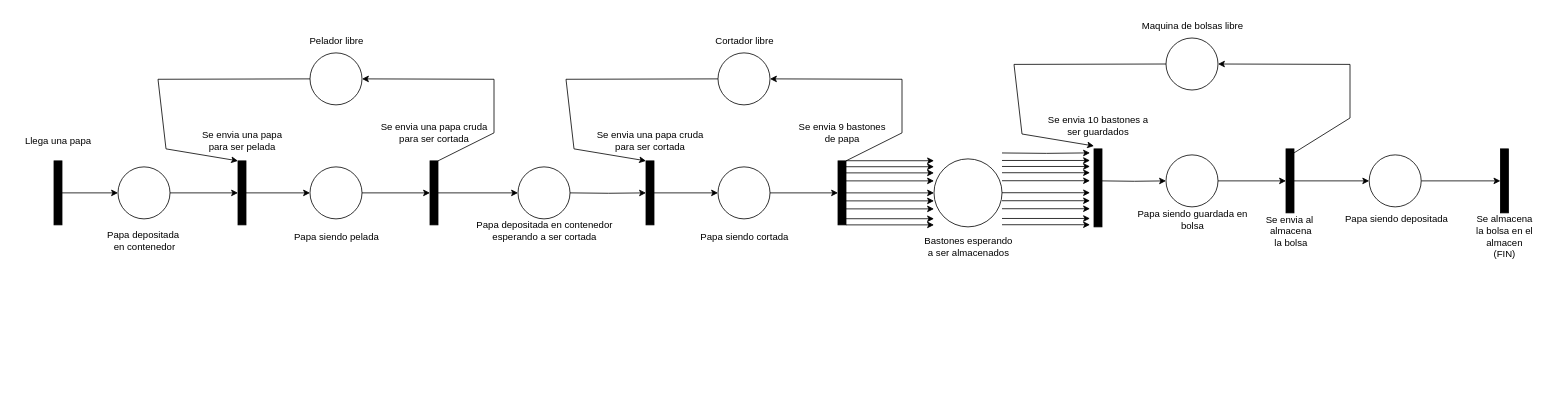
Above: RP / Ejercicio_1.drawio in imnotsetro/IDS-1 (draw.io), before the change. Source tidied: cells renumbered, new cells numbered last; positions are measured from the earlier drawing's top-left corner, leaving out a move shared by most shapes. Both pictures are drawn from the tidied source at 80%, with x=0, y=0 at pixel (14, 14).
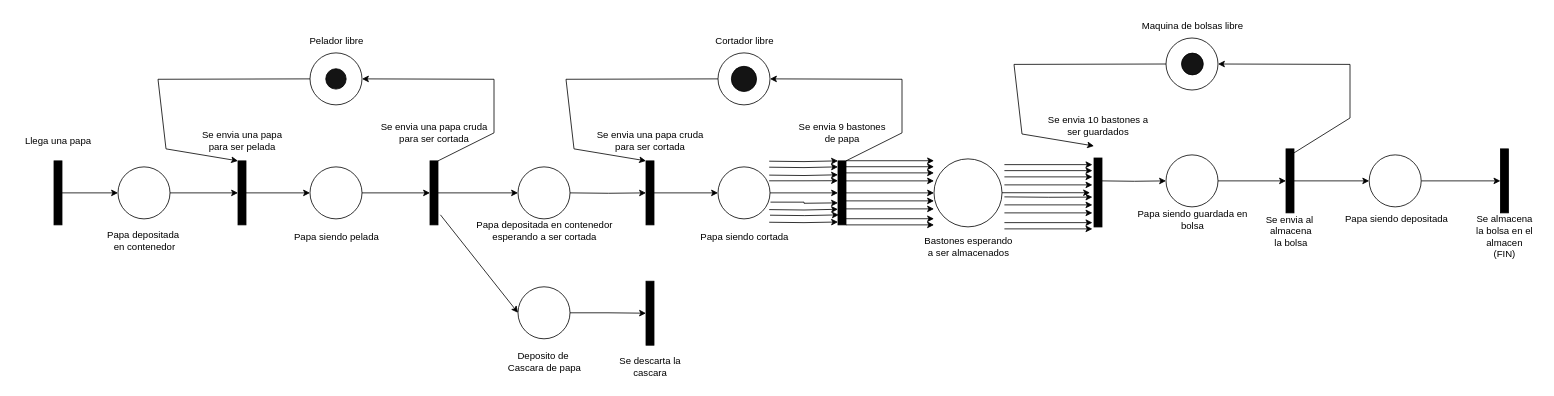
Above is the later version.

The change refers to these unchanged cells:
```xml
<mxCell id="24" style="ellipse;whiteSpace=wrap;html=1;" parent="1" vertex="1">
  <mxGeometry x="880" y="191.1" width="65" height="65" as="geometry" />
</mxCell>
```

What changed in the source:
```diff
@@
-    <mxCell id="40" style="edgeStyle=orthogonalEdgeStyle;rounded=0;orthogonalLoop=1;jettySize=auto;html=1;curved=0;" parent="1" edge="1">
-      <mxGeometry relative="1" as="geometry">
-        <mxPoint x="1040" y="263.6" as="sourcePoint" />
-        <mxPoint x="1150" y="263.6" as="targetPoint" />
-      </mxGeometry>
-    </mxCell>
@@
-    <mxCell id="46" style="edgeStyle=orthogonalEdgeStyle;rounded=0;orthogonalLoop=1;jettySize=auto;html=1;curved=0;" parent="1" edge="1">
-      <mxGeometry relative="1" as="geometry">
-        <mxPoint x="1235" y="233.4" as="sourcePoint" />
-        <mxPoint x="1345" y="233.4" as="targetPoint" />
-      </mxGeometry>
-    </mxCell>
-    <mxCell id="47" style="edgeStyle=orthogonalEdgeStyle;rounded=0;orthogonalLoop=1;jettySize=auto;html=1;curved=0;" parent="1" edge="1">
-      <mxGeometry relative="1" as="geometry">
-        <mxPoint x="1235" y="243.4" as="sourcePoint" />
-        <mxPoint x="1345" y="243.4" as="targetPoint" />
-      </mxGeometry>
-    </mxCell>
-    <mxCell id="48" style="edgeStyle=orthogonalEdgeStyle;rounded=0;orthogonalLoop=1;jettySize=auto;html=1;curved=0;" parent="1" edge="1">
-      <mxGeometry relative="1" as="geometry">
-        <mxPoint x="1235" y="255.6" as="sourcePoint" />
-        <mxPoint x="1345" y="255.6" as="targetPoint" />
-      </mxGeometry>
-    </mxCell>
-    <mxCell id="49" style="edgeStyle=orthogonalEdgeStyle;rounded=0;orthogonalLoop=1;jettySize=auto;html=1;curved=0;" parent="1" edge="1">
-      <mxGeometry relative="1" as="geometry">
-        <mxPoint x="1235" y="263.4" as="sourcePoint" />
-        <mxPoint x="1345" y="263.4" as="targetPoint" />
-      </mxGeometry>
-    </mxCell>
-    <mxCell id="50" style="edgeStyle=orthogonalEdgeStyle;rounded=0;orthogonalLoop=1;jettySize=auto;html=1;curved=0;" parent="1" edge="1">
-      <mxGeometry relative="1" as="geometry">
-        <mxPoint x="1235" y="208.4" as="sourcePoint" />
-        <mxPoint x="1345" y="208.4" as="targetPoint" />
-      </mxGeometry>
-    </mxCell>
-    <mxCell id="51" style="edgeStyle=orthogonalEdgeStyle;rounded=0;orthogonalLoop=1;jettySize=auto;html=1;curved=0;" parent="1" edge="1">
-      <mxGeometry relative="1" as="geometry">
-        <mxPoint x="1235" y="198.4" as="sourcePoint" />
-        <mxPoint x="1345" y="198.4" as="targetPoint" />
-      </mxGeometry>
-    </mxCell>
-    <mxCell id="52" style="edgeStyle=orthogonalEdgeStyle;rounded=0;orthogonalLoop=1;jettySize=auto;html=1;curved=0;" parent="1" edge="1">
-      <mxGeometry relative="1" as="geometry">
-        <mxPoint x="1235" y="190.6" as="sourcePoint" />
-        <mxPoint x="1345" y="190.6" as="targetPoint" />
-      </mxGeometry>
-    </mxCell>
-    <mxCell id="53" style="edgeStyle=orthogonalEdgeStyle;rounded=0;orthogonalLoop=1;jettySize=auto;html=1;curved=0;" parent="1" edge="1">
-      <mxGeometry relative="1" as="geometry">
-        <mxPoint x="1235" y="183.1" as="sourcePoint" />
-        <mxPoint x="1345" y="183.1" as="targetPoint" />
-      </mxGeometry>
-    </mxCell>
-    <mxCell id="54" style="edgeStyle=orthogonalEdgeStyle;rounded=0;orthogonalLoop=1;jettySize=auto;html=1;curved=0;" parent="1" edge="1">
-      <mxGeometry relative="1" as="geometry">
-        <mxPoint x="1235" y="173.7" as="sourcePoint" />
-        <mxPoint x="1345" y="173.6" as="targetPoint" />
-      </mxGeometry>
-    </mxCell>
     <mxCell id="55" style="html=1;perimeter=orthogonalPerimeter;targetShapes=umlLifeline;newEdgeStyle={&quot;curved&quot;:0,&quot;rounded&quot;:0};fillColor=#000000;" parent="1" vertex="1">
-      <mxGeometry x="1350" y="168.6" width="10" height="97.5" as="geometry" />
+      <mxGeometry x="1350" y="180" width="10" height="86.2" as="geometry" />
     </mxCell>
@@
+    <mxCell id="75" style="ellipse;whiteSpace=wrap;html=1;fillColor=#141414;" parent="1" vertex="1">
+      <mxGeometry x="389.7" y="68.4" width="25.5" height="25.5" as="geometry" />
+    </mxCell>
+    <mxCell id="76" style="ellipse;whiteSpace=wrap;html=1;fillColor=#141414;" parent="1" vertex="1">
+      <mxGeometry x="896.7" y="65.4" width="31.5" height="31.5" as="geometry" />
+    </mxCell>
+    <mxCell id="77" style="ellipse;whiteSpace=wrap;html=1;fillColor=#141414;" parent="1" vertex="1">
+      <mxGeometry x="1459.4" y="48.9" width="27.2" height="27.2" as="geometry" />
+    </mxCell>
+    <mxCell id="78" style="edgeStyle=orthogonalEdgeStyle;rounded=0;jettySize=auto;html=1;" parent="1" edge="1" source="79" target="81">
+      <mxGeometry relative="1" as="geometry" />
+    </mxCell>
+    <mxCell id="79" style="ellipse;whiteSpace=wrap;html=1;" parent="1" vertex="1">
+      <mxGeometry x="630" y="341" width="65" height="65" as="geometry" />
+    </mxCell>
+    <mxCell id="80" value="&lt;div&gt;Deposito de&amp;nbsp;&lt;/div&gt;&lt;div&gt;Cascara de papa&lt;/div&gt;" style="text;html=1;align=center;verticalAlign=middle;strokeColor=none;fillColor=none;" parent="1" vertex="1">
+      <mxGeometry x="606" y="414" width="113" height="41" as="geometry" />
+    </mxCell>
+    <mxCell id="81" style="html=1;points=[[0,0,0,0,5],[0,1,0,0,-5],[1,0,0,0,5],[1,1,0,0,-5]];perimeter=orthogonalPerimeter;outlineConnect=0;targetShapes=umlLifeline;portConstraint=eastwest;newEdgeStyle={&quot;curved&quot;:0,&quot;rounded&quot;:0};fillColor=#000000;" parent="1" vertex="1">
+      <mxGeometry x="790" y="334" width="10" height="80" as="geometry" />
+    </mxCell>
+    <mxCell id="82" value="&lt;div&gt;Se descarta la&lt;/div&gt;&lt;div&gt;cascara&lt;br&gt;&lt;/div&gt;" style="text;html=1;align=center;verticalAlign=middle;strokeColor=none;fillColor=none;" parent="1" vertex="1">
+      <mxGeometry x="746.5" y="420" width="97" height="41" as="geometry" />
+    </mxCell>
+    <mxCell id="83" style="endArrow=classic;html=1;rounded=0;entryX=0;entryY=0.5;entryDx=0;entryDy=0;" parent="1" edge="1" target="79">
+      <mxGeometry relative="1" as="geometry">
+        <mxPoint x="533" y="251" as="sourcePoint" />
+      </mxGeometry>
+    </mxCell>
+    <mxCell id="84" style="edgeStyle=orthogonalEdgeStyle;rounded=0;jettySize=auto;html=1;curved=0;exitX=1.009;exitY=0.678;exitDx=0;exitDy=0;exitPerimeter=0;" parent="1" edge="1" source="24">
+      <mxGeometry relative="1" as="geometry">
+        <mxPoint x="1030" y="236.1" as="targetPoint" />
+      </mxGeometry>
+    </mxCell>
+    <mxCell id="85" style="edgeStyle=orthogonalEdgeStyle;rounded=0;jettySize=auto;html=1;curved=0;exitX=0.983;exitY=0.268;exitDx=0;exitDy=0;exitPerimeter=0;" parent="1" edge="1" source="24">
+      <mxGeometry relative="1" as="geometry">
+        <mxPoint x="1030" y="208.4" as="targetPoint" />
+      </mxGeometry>
+    </mxCell>
+    <mxCell id="86" style="edgeStyle=orthogonalEdgeStyle;rounded=0;orthogonalLoop=1;jettySize=auto;html=1;curved=0;" parent="1" edge="1">
+      <mxGeometry relative="1" as="geometry">
+        <mxPoint x="944" y="244.5" as="sourcePoint" />
+        <mxPoint x="1030" y="244.1" as="targetPoint" />
+      </mxGeometry>
+    </mxCell>
+    <mxCell id="87" style="edgeStyle=orthogonalEdgeStyle;rounded=0;orthogonalLoop=1;jettySize=auto;html=1;curved=0;" parent="1" edge="1">
+      <mxGeometry relative="1" as="geometry">
+        <mxPoint x="945" y="251.5" as="sourcePoint" />
+        <mxPoint x="1031" y="251.1" as="targetPoint" />
+      </mxGeometry>
+    </mxCell>
+    <mxCell id="88" style="edgeStyle=orthogonalEdgeStyle;rounded=0;orthogonalLoop=1;jettySize=auto;html=1;curved=0;" parent="1" edge="1">
+      <mxGeometry relative="1" as="geometry">
+        <mxPoint x="944" y="201.4" as="sourcePoint" />
+        <mxPoint x="1030" y="201" as="targetPoint" />
+      </mxGeometry>
+    </mxCell>
+    <mxCell id="89" style="edgeStyle=orthogonalEdgeStyle;rounded=0;orthogonalLoop=1;jettySize=auto;html=1;curved=0;" parent="1" edge="1">
+      <mxGeometry relative="1" as="geometry">
+        <mxPoint x="944" y="191.5" as="sourcePoint" />
+        <mxPoint x="1030" y="191.1" as="targetPoint" />
+      </mxGeometry>
+    </mxCell>
+    <mxCell id="90" style="edgeStyle=orthogonalEdgeStyle;rounded=0;orthogonalLoop=1;jettySize=auto;html=1;curved=0;" parent="1" edge="1">
+      <mxGeometry relative="1" as="geometry">
+        <mxPoint x="944" y="260.3" as="sourcePoint" />
+        <mxPoint x="1030" y="260" as="targetPoint" />
+      </mxGeometry>
+    </mxCell>
+    <mxCell id="91" style="edgeStyle=orthogonalEdgeStyle;rounded=0;orthogonalLoop=1;jettySize=auto;html=1;curved=0;" parent="1" edge="1">
+      <mxGeometry relative="1" as="geometry">
+        <mxPoint x="944" y="184" as="sourcePoint" />
+        <mxPoint x="1030" y="183.6" as="targetPoint" />
+      </mxGeometry>
+    </mxCell>
+    <mxCell id="92" style="edgeStyle=orthogonalEdgeStyle;rounded=0;orthogonalLoop=1;jettySize=auto;html=1;curved=0;" parent="1" edge="1">
+      <mxGeometry relative="1" as="geometry">
+        <mxPoint x="1040" y="263.6" as="sourcePoint" />
+        <mxPoint x="1150" y="263.6" as="targetPoint" />
+      </mxGeometry>
+    </mxCell>
+    <mxCell id="93" style="edgeStyle=orthogonalEdgeStyle;rounded=0;orthogonalLoop=1;jettySize=auto;html=1;curved=0;" parent="1" edge="1">
+      <mxGeometry relative="1" as="geometry">
+        <mxPoint x="1238" y="228.6" as="sourcePoint" />
+        <mxPoint x="1348" y="228.9" as="targetPoint" />
+      </mxGeometry>
+    </mxCell>
+    <mxCell id="94" style="edgeStyle=orthogonalEdgeStyle;rounded=0;orthogonalLoop=1;jettySize=auto;html=1;curved=0;" parent="1" edge="1">
+      <mxGeometry relative="1" as="geometry">
+        <mxPoint x="1238" y="238.6" as="sourcePoint" />
+        <mxPoint x="1348" y="238.6" as="targetPoint" />
+      </mxGeometry>
+    </mxCell>
+    <mxCell id="95" style="edgeStyle=orthogonalEdgeStyle;rounded=0;orthogonalLoop=1;jettySize=auto;html=1;curved=0;" parent="1" edge="1">
+      <mxGeometry relative="1" as="geometry">
+        <mxPoint x="1238" y="248.6" as="sourcePoint" />
+        <mxPoint x="1348" y="248.6" as="targetPoint" />
+      </mxGeometry>
+    </mxCell>
+    <mxCell id="96" style="edgeStyle=orthogonalEdgeStyle;rounded=0;orthogonalLoop=1;jettySize=auto;html=1;curved=0;" parent="1" edge="1">
+      <mxGeometry relative="1" as="geometry">
+        <mxPoint x="1238" y="260.8" as="sourcePoint" />
+        <mxPoint x="1348" y="260.8" as="targetPoint" />
+      </mxGeometry>
+    </mxCell>
+    <mxCell id="97" style="edgeStyle=orthogonalEdgeStyle;rounded=0;orthogonalLoop=1;jettySize=auto;html=1;curved=0;" parent="1" edge="1">
+      <mxGeometry relative="1" as="geometry">
+        <mxPoint x="1238" y="268.6" as="sourcePoint" />
+        <mxPoint x="1348" y="268.6" as="targetPoint" />
+      </mxGeometry>
+    </mxCell>
+    <mxCell id="98" style="edgeStyle=orthogonalEdgeStyle;rounded=0;orthogonalLoop=1;jettySize=auto;html=1;curved=0;" parent="1" edge="1">
+      <mxGeometry relative="1" as="geometry">
+        <mxPoint x="1238" y="213.6" as="sourcePoint" />
+        <mxPoint x="1348" y="213.6" as="targetPoint" />
+      </mxGeometry>
+    </mxCell>
+    <mxCell id="99" style="edgeStyle=orthogonalEdgeStyle;rounded=0;orthogonalLoop=1;jettySize=auto;html=1;curved=0;" parent="1" edge="1">
+      <mxGeometry relative="1" as="geometry">
+        <mxPoint x="1238" y="203.6" as="sourcePoint" />
+        <mxPoint x="1348" y="203.6" as="targetPoint" />
+      </mxGeometry>
+    </mxCell>
+    <mxCell id="100" style="edgeStyle=orthogonalEdgeStyle;rounded=0;orthogonalLoop=1;jettySize=auto;html=1;curved=0;" parent="1" edge="1">
+      <mxGeometry relative="1" as="geometry">
+        <mxPoint x="1238" y="195.8" as="sourcePoint" />
+        <mxPoint x="1348" y="195.8" as="targetPoint" />
+      </mxGeometry>
+    </mxCell>
+    <mxCell id="101" style="edgeStyle=orthogonalEdgeStyle;rounded=0;orthogonalLoop=1;jettySize=auto;html=1;curved=0;" parent="1" edge="1">
+      <mxGeometry relative="1" as="geometry">
+        <mxPoint x="1238" y="188.3" as="sourcePoint" />
+        <mxPoint x="1348" y="188.3" as="targetPoint" />
+      </mxGeometry>
+    </mxCell>
```
